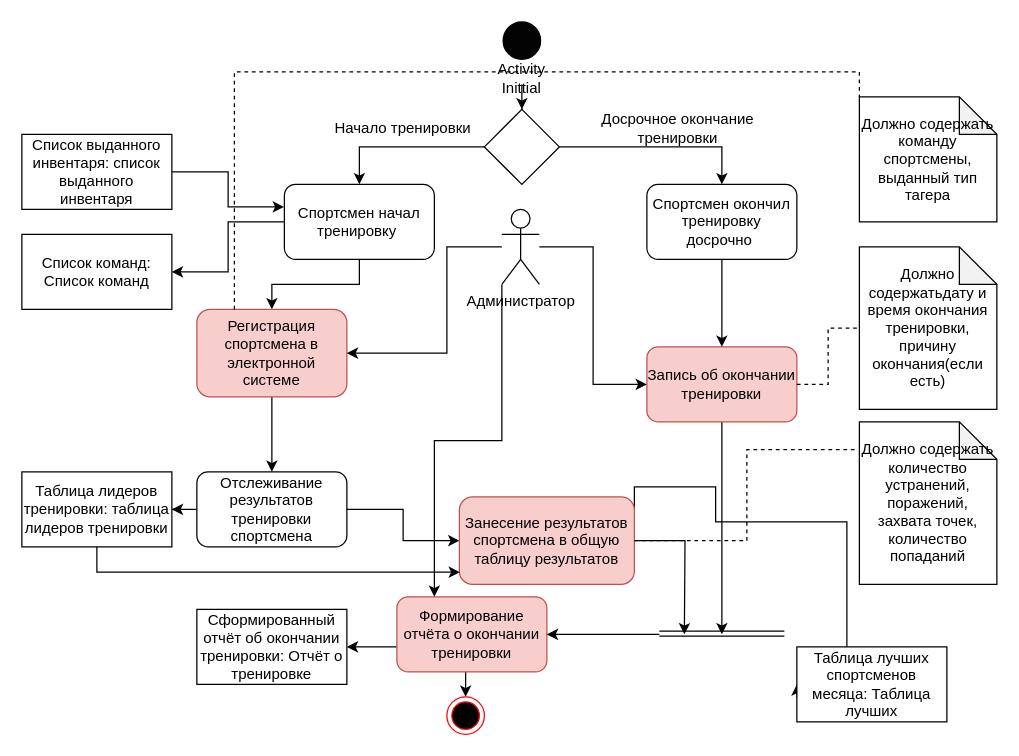
The draw.io diagram Решения/Часть 1. Схемы/Диаграмма деятельности бизнес-процесс Организация тренировок.drawio in VentoAureo12/Projecting-n-Design, before the edit. Source tidied: cells renumbered, new cells numbered last; positions are measured from the earlier drawing's top-left corner, leaving out a move shared by most shapes. Both pictures are drawn from the tidied source at 125%, with x=0, y=0 at pixel (21, 21).
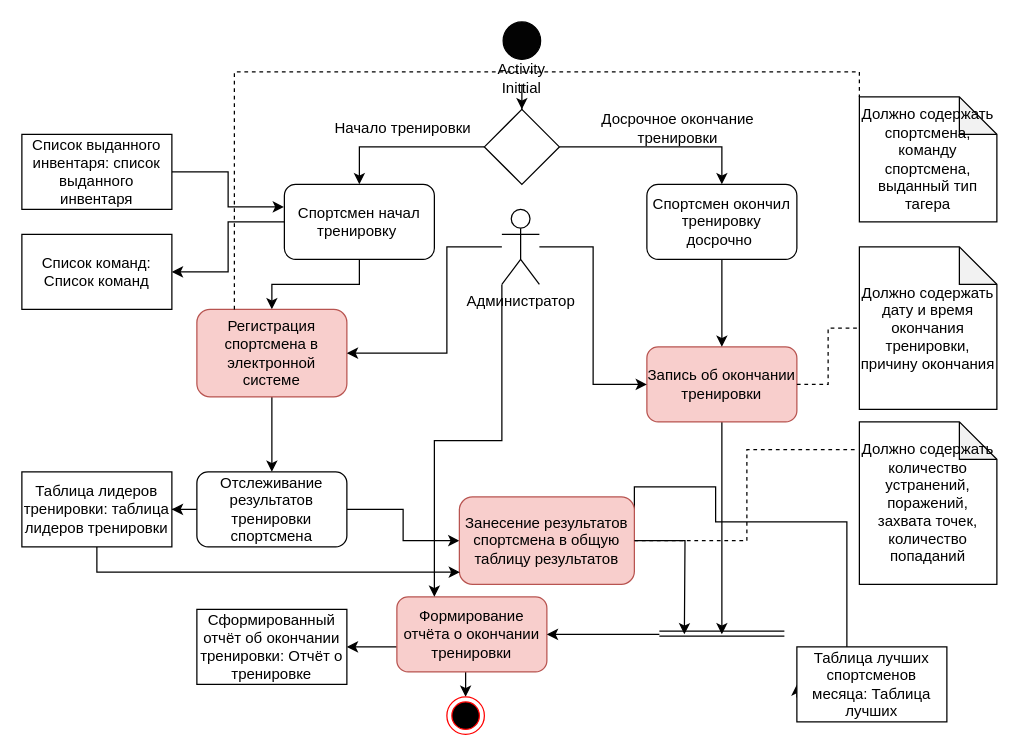
The same page after the edit.

Change to the diagram source:
```diff
@@
-    <mxCell id="41" value="Должно содержать команду спортсмены, выданный тип тагера" style="shape=note;whiteSpace=wrap;html=1;backgroundOutline=1;darkOpacity=0.05;" parent="1" vertex="1">
+    <mxCell id="41" value="Должно содержать&lt;br&gt;спортсмена, команду спортсмена, выданный тип тагера" style="shape=note;whiteSpace=wrap;html=1;backgroundOutline=1;darkOpacity=0.05;" parent="1" vertex="1">
       <mxGeometry x="670" y="60" width="110" height="100" as="geometry" />
     </mxCell>
-    <mxCell id="42" value="Должно содержатьдату и время окончания тренировки, причину окончания(если есть)" style="shape=note;whiteSpace=wrap;html=1;backgroundOutline=1;darkOpacity=0.05;" parent="1" vertex="1">
+    <mxCell id="42" value="Должно содержать дату и время окончания тренировки, причину окончания" style="shape=note;whiteSpace=wrap;html=1;backgroundOutline=1;darkOpacity=0.05;" parent="1" vertex="1">
       <mxGeometry x="670" y="180" width="110" height="130" as="geometry" />
     </mxCell>
```
